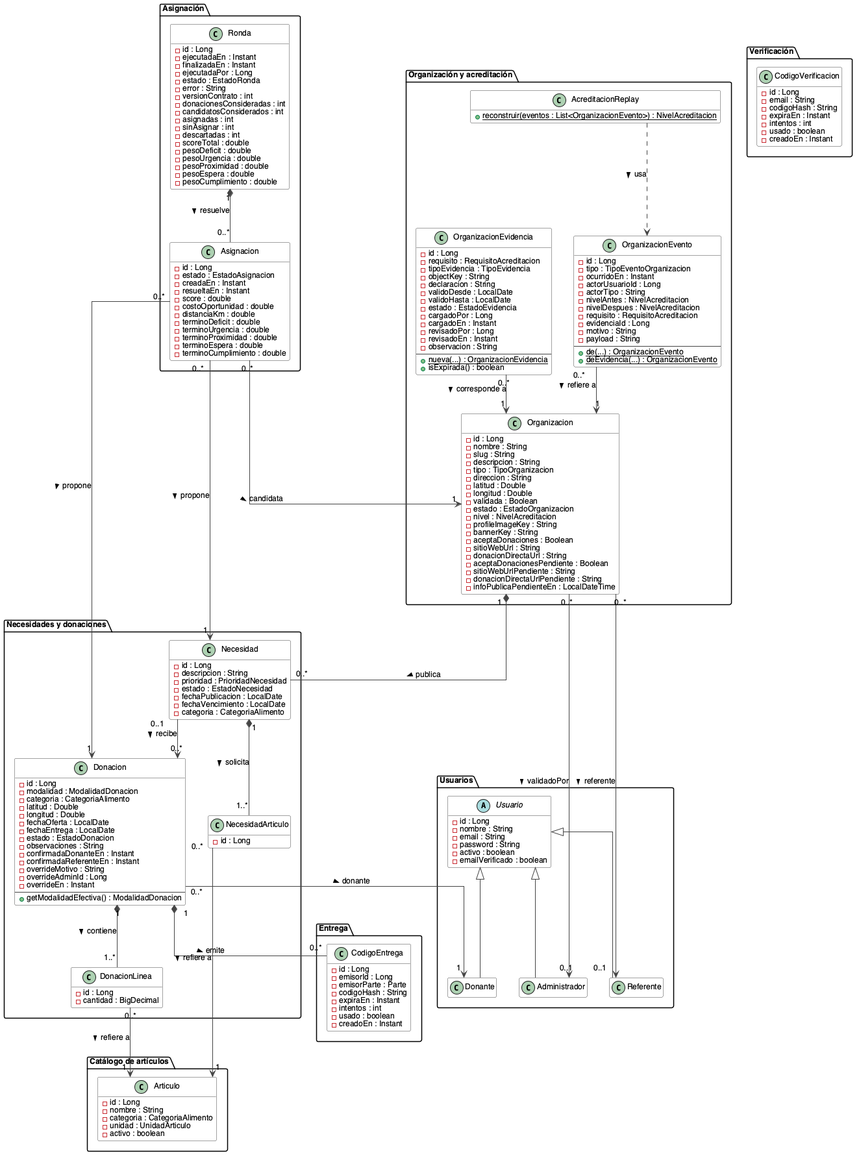
The PlantUML diagram docs/tesis/diagramas/estructura/clases-dominio.png in S21-Projects/hornero_monorepo, before a commit.
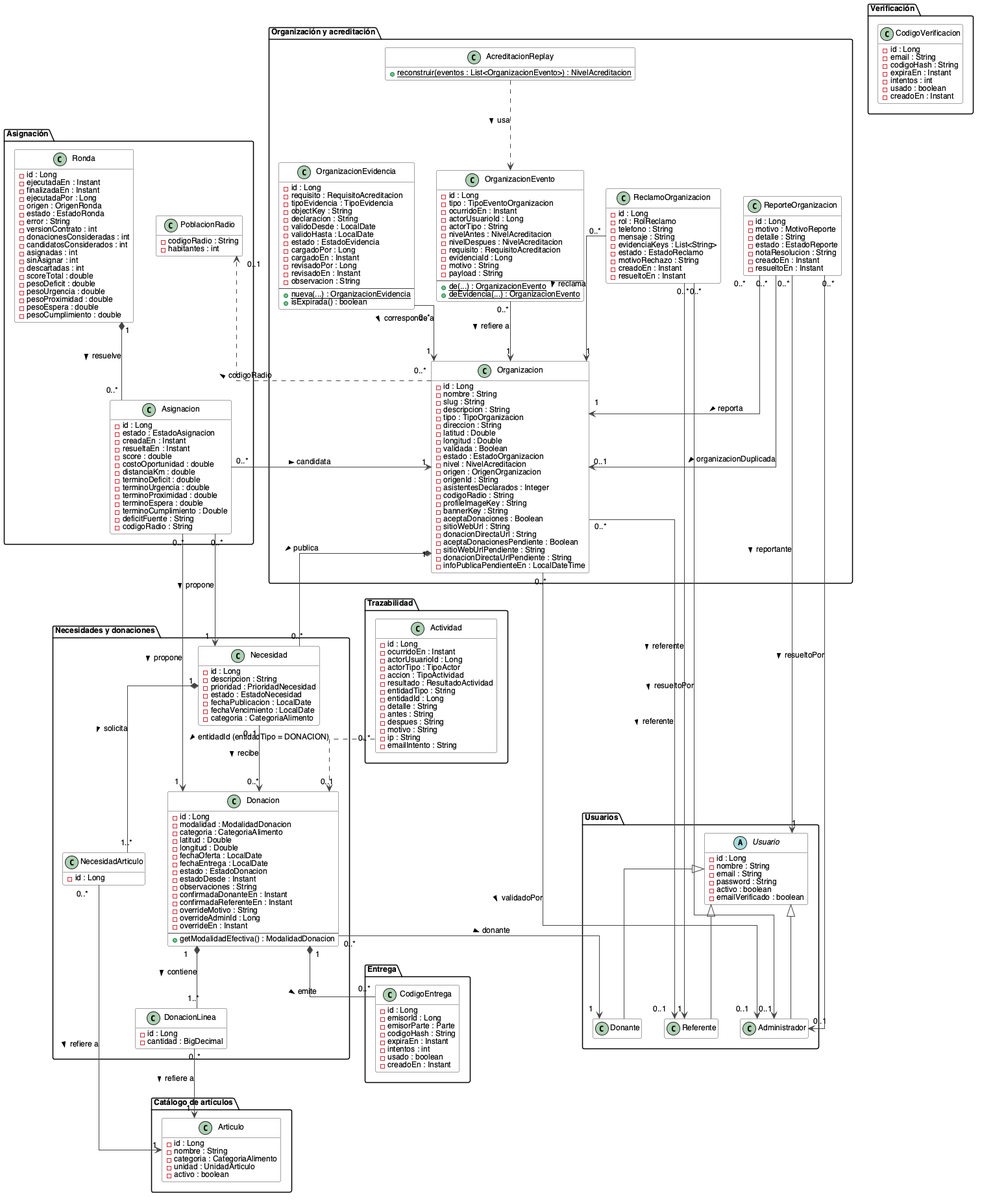
After the change.

Change to the diagram source:
```diff
@@ -42,6 +42,10 @@
     - validada : Boolean
     - estado : EstadoOrganizacion
     - nivel : NivelAcreditacion
+    - origen : OrigenOrganizacion
+    - origenId : String
+    - asistentesDeclarados : Integer
+    - codigoRadio : String
     - profileImageKey : String
     - bannerKey : String
     - aceptaDonaciones : Boolean
@@ -92,6 +96,28 @@
   class AcreditacionReplay {
     + {static} reconstruir(eventos : List<OrganizacionEvento>) : NivelAcreditacion
   }
+
+  class ReclamoOrganizacion {
+    - id : Long
+    - rol : RolReclamo
+    - telefono : String
+    - mensaje : String
+    - evidenciaKeys : List<String>
+    - estado : EstadoReclamo
+    - motivoRechazo : String
+    - creadoEn : Instant
+    - resueltoEn : Instant
+  }
+
+  class ReporteOrganizacion {
+    - id : Long
+    - motivo : MotivoReporte
+    - detalle : String
+    - estado : EstadoReporte
+    - notaResolucion : String
+    - creadoEn : Instant
+    - resueltoEn : Instant
+  }
 }
 
 package "Catálogo de artículos" {
@@ -128,6 +154,7 @@
     - fechaOferta : LocalDate
     - fechaEntrega : LocalDate
     - estado : EstadoDonacion
+    - estadoDesde : Instant
     - observaciones : String
     - confirmadaDonanteEn : Instant
     - confirmadaReferenteEn : Instant
@@ -175,6 +202,7 @@
     - ejecutadaEn : Instant
     - finalizadaEn : Instant
     - ejecutadaPor : Long
+    - origen : OrigenRonda
     - estado : EstadoRonda
     - error : String
     - versionContrato : int
@@ -203,7 +231,33 @@
     - terminoUrgencia : double
     - terminoProximidad : double
     - terminoEspera : double
-    - terminoCumplimiento : double
+    - terminoCumplimiento : Double
+    - deficitFuente : String
+    - codigoRadio : String
+  }
+
+  class PoblacionRadio {
+    - codigoRadio : String
+    - habitantes : int
+  }
+}
+
+package "Trazabilidad" {
+  class Actividad {
+    - id : Long
+    - ocurridoEn : Instant
+    - actorUsuarioId : Long
+    - actorTipo : TipoActor
+    - accion : TipoActividad
+    - resultado : ResultadoActividad
+    - entidadTipo : String
+    - entidadId : Long
+    - detalle : String
+    - antes : String
+    - despues : String
+    - motivo : String
+    - ip : String
+    - emailIntento : String
   }
 }
 
@@ -224,5 +278,14 @@
 NecesidadArticulo "0..*" --> "1" Articulo : refiere a >
 Donacion "1" *-- "1..*" DonacionLinea : contiene >
 DonacionLinea "0..*" --> "1" Articulo : refiere a >
+ReclamoOrganizacion "0..*" --> "1" Organizacion : reclama >
+ReclamoOrganizacion "0..*" --> "1" Referente : referente >
+ReclamoOrganizacion "0..*" --> "0..1" Administrador : resueltoPor >
+ReporteOrganizacion "0..*" --> "1" Organizacion : reporta >
+ReporteOrganizacion "0..*" --> "0..1" Organizacion : organizacionDuplicada >
+ReporteOrganizacion "0..*" --> "1" Usuario : reportante >
+ReporteOrganizacion "0..*" --> "0..1" Administrador : resueltoPor >
+Organizacion "0..*" ..> "0..1" PoblacionRadio : codigoRadio >
+Actividad "0..*" ..> "0..1" Donacion : entidadId (entidadTipo = DONACION) >
 
 @enduml
```
